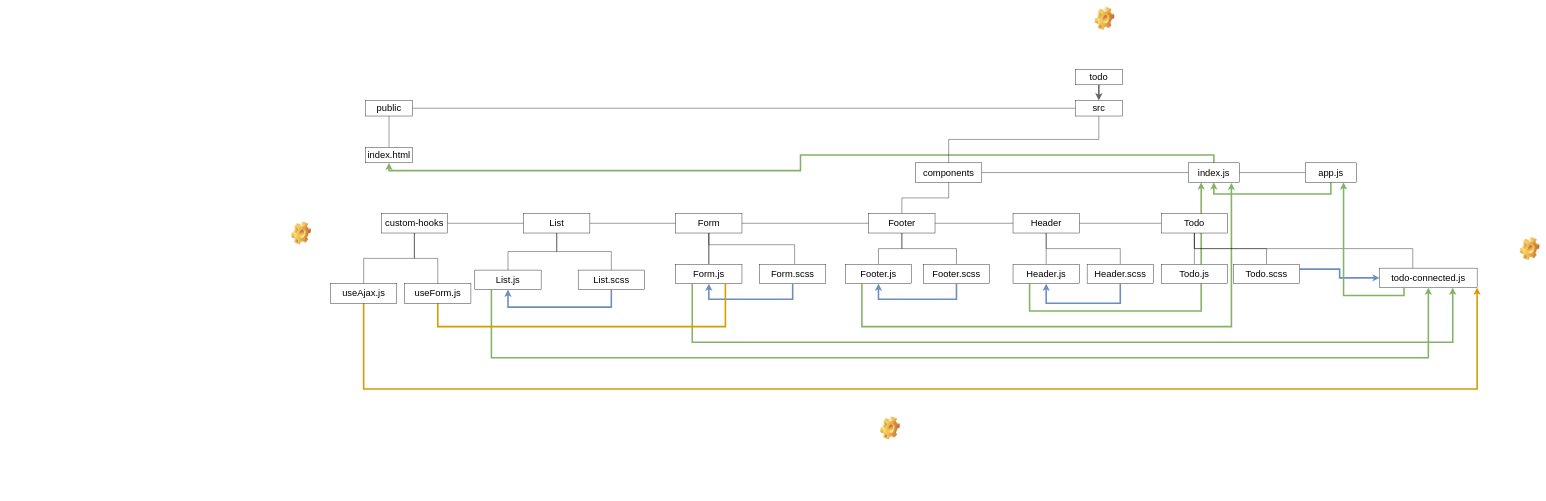
Before: page "Page-14" (13 of 13) of Untitled Diagram.drawio in shadykh/uml, a draw.io diagram. Source tidied: cells renumbered, new cells numbered last; positions are measured from the earlier drawing's top-left corner, leaving out a move shared by most shapes. Both pictures are drawn from the tidied source at 39%, with x=0, y=0 at pixel (291, 7).
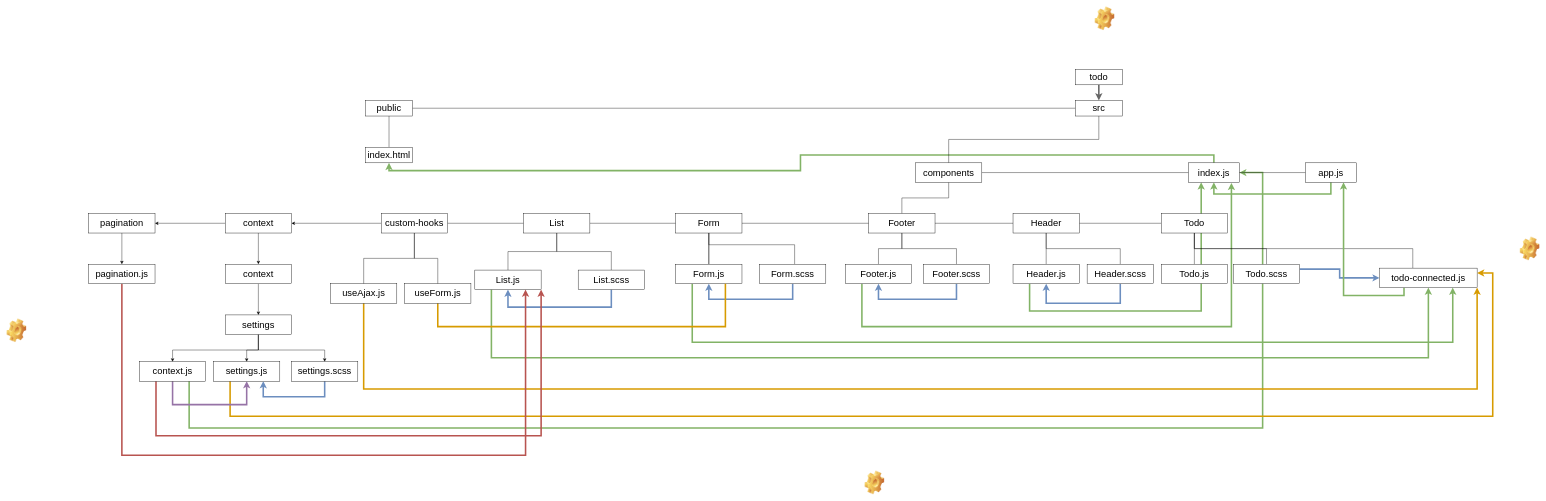
The same page after the edit.

The change refers to these unchanged cells:
```xml
<mxCell id="12" value="&lt;span style=&quot;font-size: 24px&quot;&gt;index.js&lt;/span&gt;" style="whiteSpace=wrap;html=1;newEdgeStyle={&quot;edgeStyle&quot;:&quot;elbowEdgeStyle&quot;,&quot;startArrow&quot;:&quot;none&quot;,&quot;endArrow&quot;:&quot;none&quot;};" parent="1" vertex="1">
  <mxGeometry x="2300" y="400" width="130" height="50" as="geometry" />
</mxCell>
<mxCell id="40" value="&lt;span style=&quot;font-size: 24px&quot;&gt;List.js&lt;/span&gt;" style="whiteSpace=wrap;html=1;newEdgeStyle={&quot;edgeStyle&quot;:&quot;elbowEdgeStyle&quot;,&quot;startArrow&quot;:&quot;none&quot;,&quot;endArrow&quot;:&quot;none&quot;};" parent="1" vertex="1">
  <mxGeometry x="470" y="675" width="170" height="50" as="geometry" />
</mxCell>
<mxCell id="65" value="&lt;span style=&quot;font-size: 24px&quot;&gt;custom-hooks&lt;/span&gt;" style="whiteSpace=wrap;html=1;newEdgeStyle={&quot;edgeStyle&quot;:&quot;elbowEdgeStyle&quot;,&quot;startArrow&quot;:&quot;none&quot;,&quot;endArrow&quot;:&quot;none&quot;};" parent="1" vertex="1">
  <mxGeometry x="230" y="530" width="170" height="50" as="geometry" />
</mxCell>
<mxCell id="71" value="&lt;span style=&quot;font-size: 24px&quot;&gt;todo-connected.js&lt;/span&gt;" style="whiteSpace=wrap;html=1;newEdgeStyle={&quot;edgeStyle&quot;:&quot;elbowEdgeStyle&quot;,&quot;startArrow&quot;:&quot;none&quot;,&quot;endArrow&quot;:&quot;none&quot;};" parent="1" vertex="1">
  <mxGeometry x="2790" y="670" width="250" height="50" as="geometry" />
</mxCell>
```

The edit, as a diff of the source:
```diff
@@
+    <mxCell id="72" style="edgeStyle=orthogonalEdgeStyle;rounded=0;jettySize=auto;html=1;exitX=0.75;exitY=1;exitDx=0;exitDy=0;strokeWidth=4;entryX=1;entryY=0.5;entryDx=0;entryDy=0;fillColor=#d5e8d4;strokeColor=#82b366;" parent="1" edge="1" source="89" target="12">
+      <mxGeometry relative="1" as="geometry">
+        <Array as="points">
+          <mxPoint x="-262" y="1080" />
+          <mxPoint x="2490" y="1080" />
+          <mxPoint x="2490" y="425" />
+        </Array>
+      </mxGeometry>
+    </mxCell>
@@
     <mxCell id="58" style="shape=image;html=1;verticalLabelPosition=bottom;verticalAlign=top;imageAspect=0;image=img/clipart/Gear_128x128.png;" parent="1" vertex="1">
-      <mxGeometry x="1510" y="1050" width="50" height="60" as="geometry" />
+      <mxGeometry x="1470" y="1190" width="50" height="60" as="geometry" />
     </mxCell>
@@
     <mxCell id="60" style="shape=image;html=1;verticalLabelPosition=bottom;verticalAlign=top;imageAspect=0;image=img/clipart/Gear_128x128.png;" parent="1" vertex="1">
-      <mxGeometry y="550" width="50" height="60" as="geometry" />
+      <mxGeometry x="-730" y="800" width="50" height="60" as="geometry" />
     </mxCell>
@@
+    <mxCell id="73" style="edgeStyle=orthogonalEdgeStyle;rounded=0;jettySize=auto;html=1;" parent="1" edge="1" source="65" target="76">
+      <mxGeometry relative="1" as="geometry" />
+    </mxCell>
@@
+    <mxCell id="74" style="edgeStyle=orthogonalEdgeStyle;rounded=0;jettySize=auto;html=1;" parent="1" edge="1" source="76" target="78">
+      <mxGeometry relative="1" as="geometry" />
+    </mxCell>
+    <mxCell id="75" style="edgeStyle=orthogonalEdgeStyle;rounded=0;jettySize=auto;html=1;" parent="1" edge="1" source="76" target="91">
+      <mxGeometry relative="1" as="geometry" />
+    </mxCell>
+    <mxCell id="76" value="&lt;span style=&quot;font-size: 24px&quot;&gt;context&lt;/span&gt;" style="whiteSpace=wrap;html=1;newEdgeStyle={&quot;edgeStyle&quot;:&quot;elbowEdgeStyle&quot;,&quot;startArrow&quot;:&quot;none&quot;,&quot;endArrow&quot;:&quot;none&quot;};" parent="1" vertex="1">
+      <mxGeometry x="-170" y="530" width="170" height="50" as="geometry" />
+    </mxCell>
+    <mxCell id="77" style="edgeStyle=orthogonalEdgeStyle;rounded=0;jettySize=auto;html=1;" parent="1" edge="1" source="78" target="82">
+      <mxGeometry relative="1" as="geometry" />
+    </mxCell>
+    <mxCell id="78" value="&lt;span style=&quot;font-size: 24px&quot;&gt;context&lt;/span&gt;" style="whiteSpace=wrap;html=1;newEdgeStyle={&quot;edgeStyle&quot;:&quot;elbowEdgeStyle&quot;,&quot;startArrow&quot;:&quot;none&quot;,&quot;endArrow&quot;:&quot;none&quot;};" parent="1" vertex="1">
+      <mxGeometry x="-170" y="660" width="170" height="50" as="geometry" />
+    </mxCell>
+    <mxCell id="79" style="edgeStyle=orthogonalEdgeStyle;rounded=0;jettySize=auto;html=1;" parent="1" edge="1" source="82" target="86">
+      <mxGeometry relative="1" as="geometry">
+        <Array as="points">
+          <mxPoint x="-85" y="880" />
+          <mxPoint x="85" y="880" />
+        </Array>
+      </mxGeometry>
+    </mxCell>
+    <mxCell id="80" style="edgeStyle=orthogonalEdgeStyle;rounded=0;jettySize=auto;html=1;entryX=0.5;entryY=0;entryDx=0;entryDy=0;" parent="1" edge="1" source="82" target="89">
+      <mxGeometry relative="1" as="geometry">
+        <Array as="points">
+          <mxPoint x="-85" y="880" />
+          <mxPoint x="-305" y="880" />
+        </Array>
+      </mxGeometry>
+    </mxCell>
+    <mxCell id="81" style="edgeStyle=orthogonalEdgeStyle;rounded=0;jettySize=auto;html=1;exitX=0.5;exitY=1;exitDx=0;exitDy=0;entryX=0.5;entryY=0;entryDx=0;entryDy=0;" parent="1" edge="1" source="82" target="84">
+      <mxGeometry relative="1" as="geometry">
+        <Array as="points">
+          <mxPoint x="-85" y="880" />
+          <mxPoint x="-115" y="880" />
+        </Array>
+      </mxGeometry>
+    </mxCell>
+    <mxCell id="82" value="&lt;span style=&quot;font-size: 24px&quot;&gt;settings&lt;/span&gt;" style="whiteSpace=wrap;html=1;newEdgeStyle={&quot;edgeStyle&quot;:&quot;elbowEdgeStyle&quot;,&quot;startArrow&quot;:&quot;none&quot;,&quot;endArrow&quot;:&quot;none&quot;};" parent="1" vertex="1">
+      <mxGeometry x="-170" y="790" width="170" height="50" as="geometry" />
+    </mxCell>
+    <mxCell id="83" style="edgeStyle=orthogonalEdgeStyle;rounded=0;jettySize=auto;html=1;exitX=0.25;exitY=1;exitDx=0;exitDy=0;entryX=1;entryY=0.25;entryDx=0;entryDy=0;strokeWidth=4;fillColor=#ffe6cc;strokeColor=#d79b00;" parent="1" edge="1" source="84" target="71">
+      <mxGeometry relative="1" as="geometry">
+        <Array as="points">
+          <mxPoint x="-157" y="1050" />
+          <mxPoint x="3080" y="1050" />
+          <mxPoint x="3080" y="683" />
+        </Array>
+      </mxGeometry>
+    </mxCell>
+    <mxCell id="84" value="&lt;span style=&quot;font-size: 24px&quot;&gt;settings.js&lt;/span&gt;" style="whiteSpace=wrap;html=1;newEdgeStyle={&quot;edgeStyle&quot;:&quot;elbowEdgeStyle&quot;,&quot;startArrow&quot;:&quot;none&quot;,&quot;endArrow&quot;:&quot;none&quot;};" parent="1" vertex="1">
+      <mxGeometry x="-200" y="910" width="170" height="50" as="geometry" />
+    </mxCell>
+    <mxCell id="85" style="edgeStyle=orthogonalEdgeStyle;rounded=0;jettySize=auto;html=1;exitX=0.5;exitY=1;exitDx=0;exitDy=0;entryX=0.75;entryY=1;entryDx=0;entryDy=0;strokeWidth=4;fillColor=#dae8fc;strokeColor=#6c8ebf;" parent="1" edge="1" source="86" target="84">
+      <mxGeometry relative="1" as="geometry">
+        <Array as="points">
+          <mxPoint x="85" y="1000" />
+          <mxPoint x="-72" y="1000" />
+        </Array>
+      </mxGeometry>
+    </mxCell>
+    <mxCell id="86" value="&lt;span style=&quot;font-size: 24px&quot;&gt;settings.scss&lt;/span&gt;" style="whiteSpace=wrap;html=1;newEdgeStyle={&quot;edgeStyle&quot;:&quot;elbowEdgeStyle&quot;,&quot;startArrow&quot;:&quot;none&quot;,&quot;endArrow&quot;:&quot;none&quot;};" parent="1" vertex="1">
+      <mxGeometry y="910" width="170" height="50" as="geometry" />
+    </mxCell>
+    <mxCell id="87" style="edgeStyle=orthogonalEdgeStyle;rounded=0;jettySize=auto;html=1;exitX=0.5;exitY=1;exitDx=0;exitDy=0;entryX=0.5;entryY=1;entryDx=0;entryDy=0;strokeWidth=4;fillColor=#e1d5e7;strokeColor=#9673a6;" parent="1" edge="1" source="89" target="84">
+      <mxGeometry relative="1" as="geometry">
+        <Array as="points">
+          <mxPoint x="-305" y="1020" />
+          <mxPoint x="-115" y="1020" />
+        </Array>
+      </mxGeometry>
+    </mxCell>
+    <mxCell id="88" style="edgeStyle=orthogonalEdgeStyle;rounded=0;jettySize=auto;html=1;exitX=0.25;exitY=1;exitDx=0;exitDy=0;entryX=1;entryY=1;entryDx=0;entryDy=0;strokeWidth=4;fillColor=#f8cecc;strokeColor=#b85450;" parent="1" edge="1" source="89" target="40">
+      <mxGeometry relative="1" as="geometry">
+        <Array as="points">
+          <mxPoint x="-347" y="1100" />
+          <mxPoint x="640" y="1100" />
+        </Array>
+      </mxGeometry>
+    </mxCell>
+    <mxCell id="89" value="&lt;span style=&quot;font-size: 24px&quot;&gt;context.js&lt;/span&gt;" style="whiteSpace=wrap;html=1;newEdgeStyle={&quot;edgeStyle&quot;:&quot;elbowEdgeStyle&quot;,&quot;startArrow&quot;:&quot;none&quot;,&quot;endArrow&quot;:&quot;none&quot;};" parent="1" vertex="1">
+      <mxGeometry x="-390" y="910" width="170" height="50" as="geometry" />
+    </mxCell>
+    <mxCell id="90" style="edgeStyle=orthogonalEdgeStyle;rounded=0;jettySize=auto;html=1;" parent="1" edge="1" source="91" target="93">
+      <mxGeometry relative="1" as="geometry" />
+    </mxCell>
+    <mxCell id="91" value="&lt;span style=&quot;font-size: 24px&quot;&gt;pagination&lt;/span&gt;" style="whiteSpace=wrap;html=1;newEdgeStyle={&quot;edgeStyle&quot;:&quot;elbowEdgeStyle&quot;,&quot;startArrow&quot;:&quot;none&quot;,&quot;endArrow&quot;:&quot;none&quot;};" parent="1" vertex="1">
+      <mxGeometry x="-520" y="530" width="170" height="50" as="geometry" />
+    </mxCell>
+    <mxCell id="92" style="edgeStyle=orthogonalEdgeStyle;rounded=0;jettySize=auto;html=1;exitX=0.5;exitY=1;exitDx=0;exitDy=0;entryX=0.765;entryY=1;entryDx=0;entryDy=0;strokeWidth=4;fillColor=#f8cecc;strokeColor=#b85450;entryPerimeter=0;" parent="1" edge="1" source="93" target="40">
+      <mxGeometry relative="1" as="geometry">
+        <Array as="points">
+          <mxPoint x="-435" y="1150" />
+          <mxPoint x="600" y="1150" />
+        </Array>
+      </mxGeometry>
+    </mxCell>
+    <mxCell id="93" value="&lt;span style=&quot;font-size: 24px&quot;&gt;pagination.js&lt;/span&gt;" style="whiteSpace=wrap;html=1;newEdgeStyle={&quot;edgeStyle&quot;:&quot;elbowEdgeStyle&quot;,&quot;startArrow&quot;:&quot;none&quot;,&quot;endArrow&quot;:&quot;none&quot;};" parent="1" vertex="1">
+      <mxGeometry x="-520" y="660" width="170" height="50" as="geometry" />
+    </mxCell>
```
